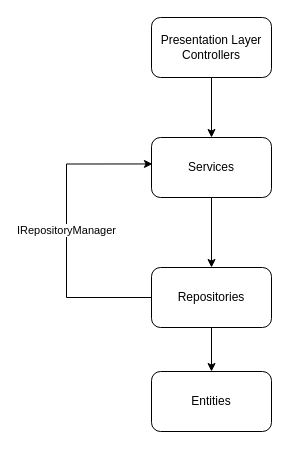
This is page "Layers" (5 of 5) of Draws.drawio from zcomert/btk-akademi-aspnet-core-mvc-bootcamp-samsun, a draw.io file, before an edit. Source tidied: cells renumbered, new cells numbered last; positions are measured from the earlier drawing's top-left corner, leaving out a move shared by most shapes. Both pictures are drawn from the tidied source at 100%, with x=0, y=0 at pixel (66, 17).
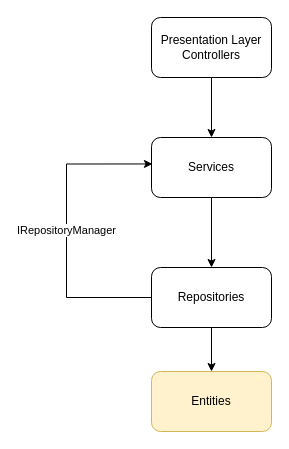
The same diagram, later.

What changed in the source:
```diff
@@
 <mxGraphModel>
   <root>
     <mxCell id="0" />
     <mxCell id="1" parent="0" />
-    <mxCell id="2" value="Entities&lt;br&gt;" style="rounded=1;whiteSpace=wrap;html=1;" parent="1" vertex="1">
+    <mxCell id="2" value="Entities&lt;br&gt;" style="rounded=1;whiteSpace=wrap;html=1;fillColor=#fff2cc;strokeColor=#d6b656;" parent="1" vertex="1">
       <mxGeometry x="85" y="354" width="120" height="60" as="geometry" />
     </mxCell>
     <mxCell id="3" style="edgeStyle=orthogonalEdgeStyle;rounded=0;jettySize=auto;html=1;" parent="1" edge="1" source="5" target="2">
       <mxGeometry relative="1" as="geometry" />
     </mxCell>
     <mxCell id="4" value="IRepositoryManager" style="edgeStyle=orthogonalEdgeStyle;rounded=0;jettySize=auto;html=1;entryX=0.008;entryY=0.441;entryDx=0;entryDy=0;entryPerimeter=0;" parent="1" edge="1" source="5" target="7">
       <mxGeometry relative="1" as="geometry">
         <Array as="points">
           <mxPoint y="280" />
           <mxPoint y="147" />
         </Array>
       </mxGeometry>
     </mxCell>
     <mxCell id="5" value="Repositories" style="rounded=1;whiteSpace=wrap;html=1;" parent="1" vertex="1">
       <mxGeometry x="85" y="250" width="120" height="60" as="geometry" />
     </mxCell>
     <mxCell id="6" style="edgeStyle=orthogonalEdgeStyle;rounded=0;jettySize=auto;html=1;entryX=0.5;entryY=0;entryDx=0;entryDy=0;" parent="1" edge="1" source="7" target="5">
       <mxGeometry relative="1" as="geometry" />
     </mxCell>
     <mxCell id="7" value="Services" style="rounded=1;whiteSpace=wrap;html=1;" parent="1" vertex="1">
       <mxGeometry x="85" y="120" width="120" height="60" as="geometry" />
     </mxCell>
     <mxCell id="8" style="edgeStyle=orthogonalEdgeStyle;rounded=0;jettySize=auto;html=1;entryX=0.5;entryY=0;entryDx=0;entryDy=0;" parent="1" edge="1" source="9" target="7">
       <mxGeometry relative="1" as="geometry" />
     </mxCell>
     <mxCell id="9" value="Presentation Layer&lt;br&gt;Controllers" style="rounded=1;whiteSpace=wrap;html=1;" parent="1" vertex="1">
       <mxGeometry x="85" width="120" height="60" as="geometry" />
     </mxCell>
   </root>
 </mxGraphModel>
```
